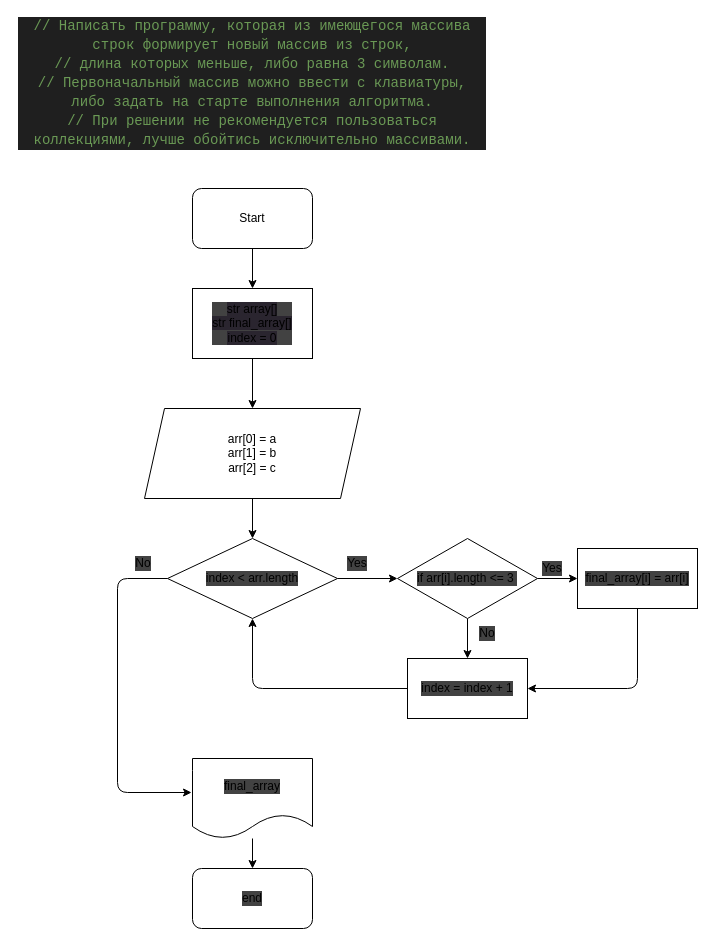
Above: solution_algo.dio in Ilia-Lugovoi/intermediate_certification (draw.io), before the change. Source tidied: cells renumbered, new cells numbered last; positions are measured from the earlier drawing's top-left corner, leaving out a move shared by most shapes. Both pictures are drawn from the tidied source at 100%, with x=0, y=0 at pixel (17, 18).
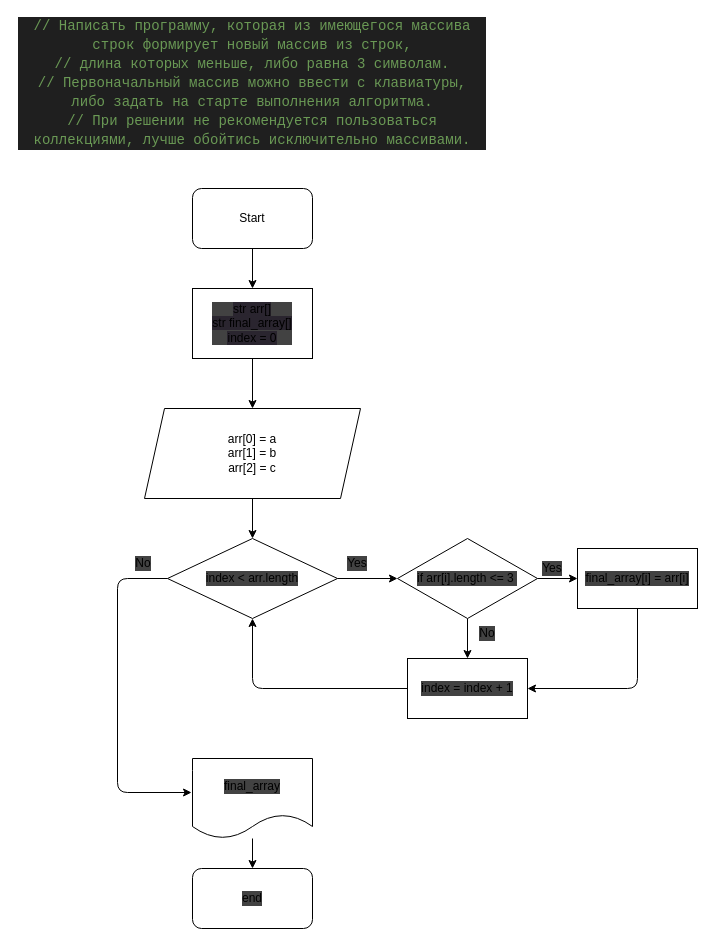
The same diagram, later.

Commit message (it also covers changes not shown here):
Add true algo in .dio

The edit, as a diff of the source:
```diff
@@
-    <mxCell id="13" value="&lt;span style=&quot;background-color: rgb(42, 37, 47);&quot;&gt;str array[]&lt;br&gt;&lt;/span&gt;&lt;span style=&quot;background-color: rgb(42, 37, 47);&quot;&gt;str final_array[]&lt;br&gt;&lt;/span&gt;&lt;span style=&quot;background-color: rgb(42, 37, 47);&quot;&gt;index = 0&lt;br&gt;&lt;/span&gt;" style="rounded=0;whiteSpace=wrap;html=1;labelBackgroundColor=#424242;" parent="1" vertex="1">
+    <mxCell id="13" value="&lt;span style=&quot;background-color: rgb(42, 37, 47);&quot;&gt;str arr[]&lt;br&gt;&lt;/span&gt;&lt;span style=&quot;background-color: rgb(42, 37, 47);&quot;&gt;str final_array[]&lt;br&gt;&lt;/span&gt;&lt;span style=&quot;background-color: rgb(42, 37, 47);&quot;&gt;index = 0&lt;br&gt;&lt;/span&gt;" style="rounded=0;whiteSpace=wrap;html=1;labelBackgroundColor=#424242;" parent="1" vertex="1">
       <mxGeometry x="175" y="270" width="120" height="70" as="geometry" />
     </mxCell>
```
